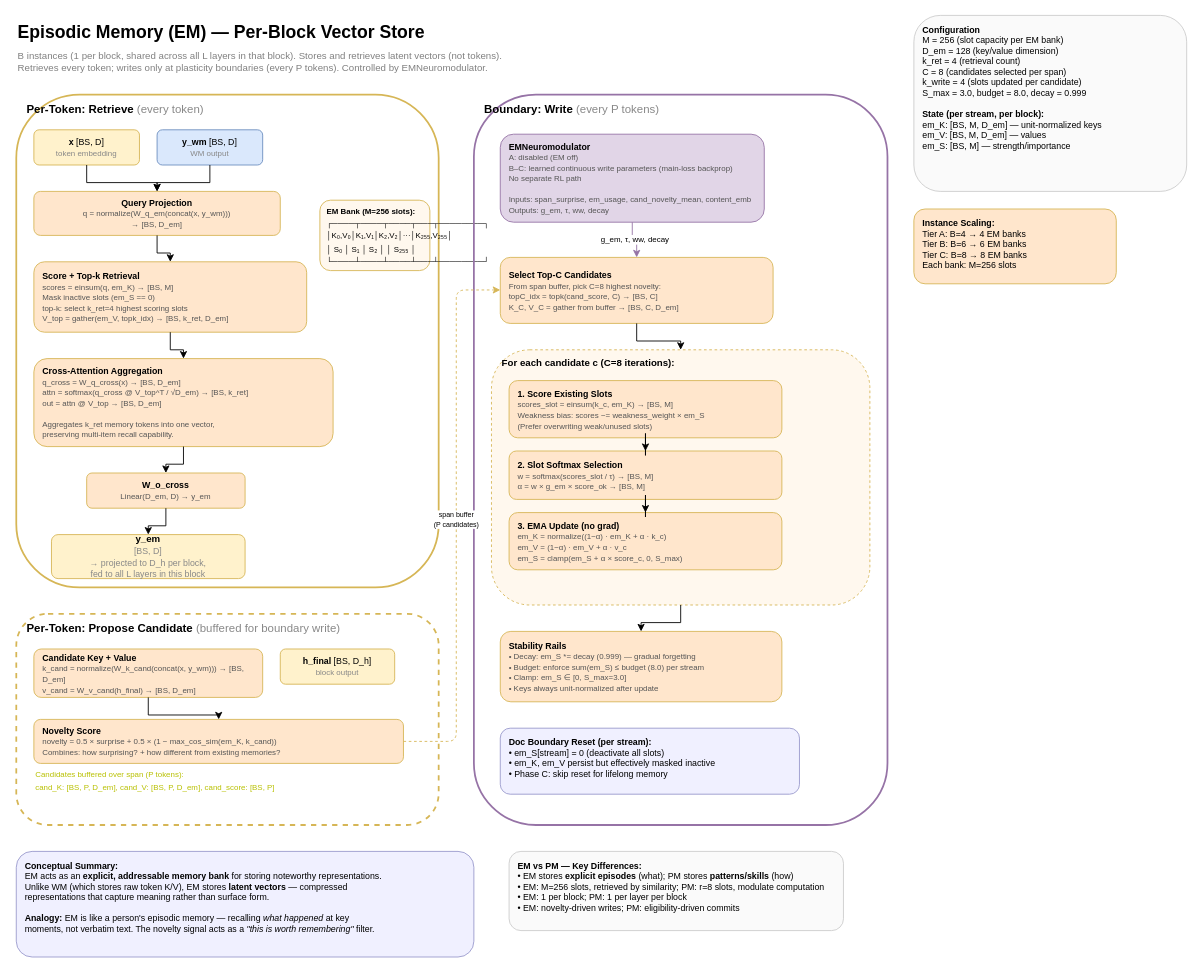
Before: docs/diagrams/episodic_memory.drawio in alxdofficial/neuromorphic, a draw.io diagram. Source tidied: cells renumbered, new cells numbered last; positions are measured from the earlier drawing's top-left corner, leaving out a move shared by most shapes. Both pictures are drawn from the tidied source at 88%, with x=0, y=0 at pixel (16, 15).
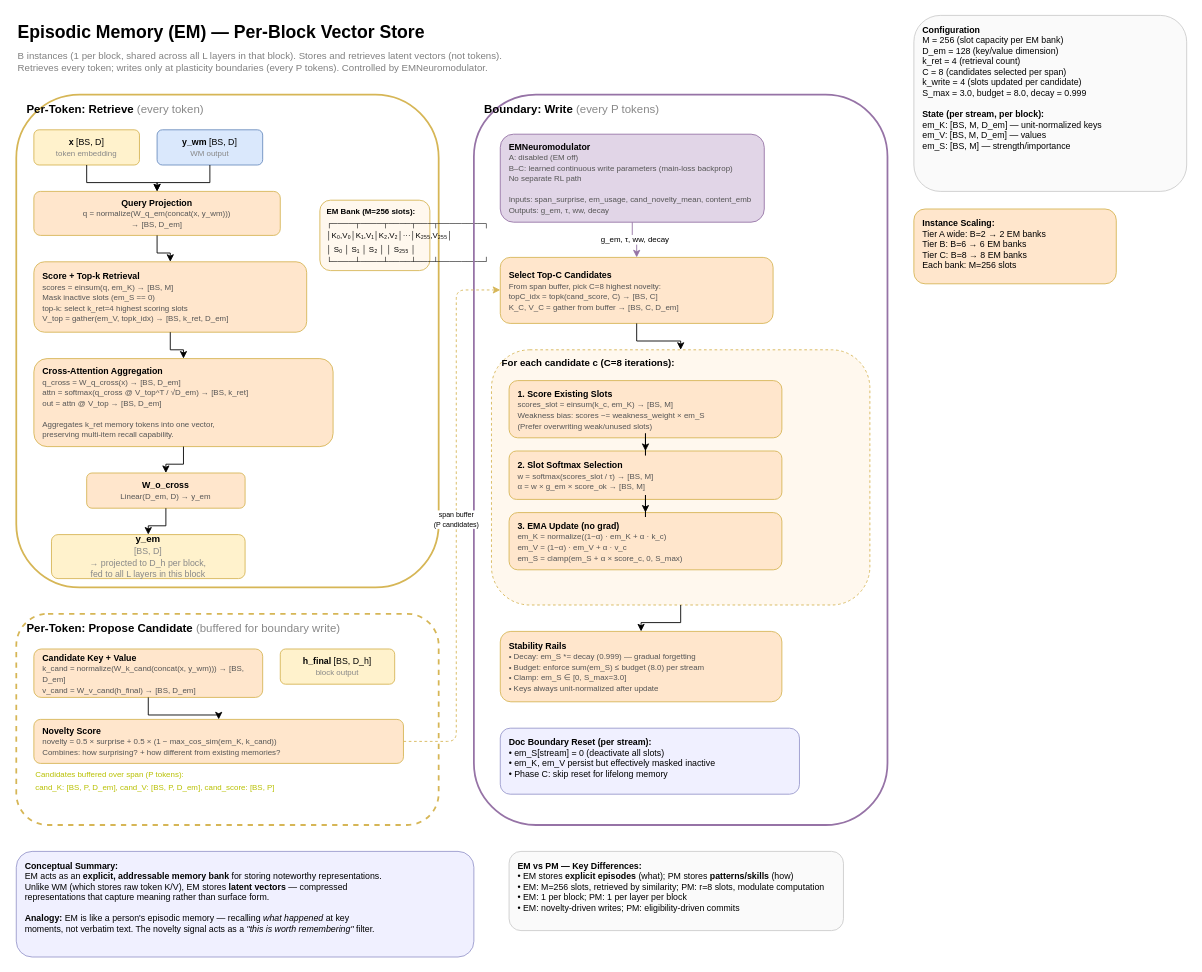
The same diagram, later.

What changed in the source:
```diff
@@
-    <mxCell id="5" value="&lt;font style=&quot;font-size: 10px;&quot;&gt;&lt;b&gt;Instance Scaling:&lt;/b&gt;&lt;br&gt;Tier A: B=4 → 4 EM banks&lt;br&gt;Tier B: B=6 → 6 EM banks&lt;br&gt;Tier C: B=8 → 8 EM banks&lt;br&gt;Each bank: M=256 slots&lt;/font&gt;" style="rounded=1;whiteSpace=wrap;html=1;fillColor=#ffe6cc;strokeColor=#d6b656;fontSize=10;align=left;verticalAlign=top;spacingLeft=8;spacingTop=4;" parent="1" vertex="1">
+    <mxCell id="5" value="&lt;font style=&quot;font-size: 10px;&quot;&gt;&lt;b&gt;Instance Scaling:&lt;/b&gt;&lt;br&gt;Tier A wide: B=2 → 2 EM banks&lt;br&gt;Tier B: B=6 → 6 EM banks&lt;br&gt;Tier C: B=8 → 8 EM banks&lt;br&gt;Each bank: M=256 slots&lt;/font&gt;" style="rounded=1;whiteSpace=wrap;html=1;fillColor=#ffe6cc;strokeColor=#d6b656;fontSize=10;align=left;verticalAlign=top;spacingLeft=8;spacingTop=4;" parent="1" vertex="1">
       <mxGeometry x="1020" y="220" width="230" height="85" as="geometry" />
     </mxCell>
```
